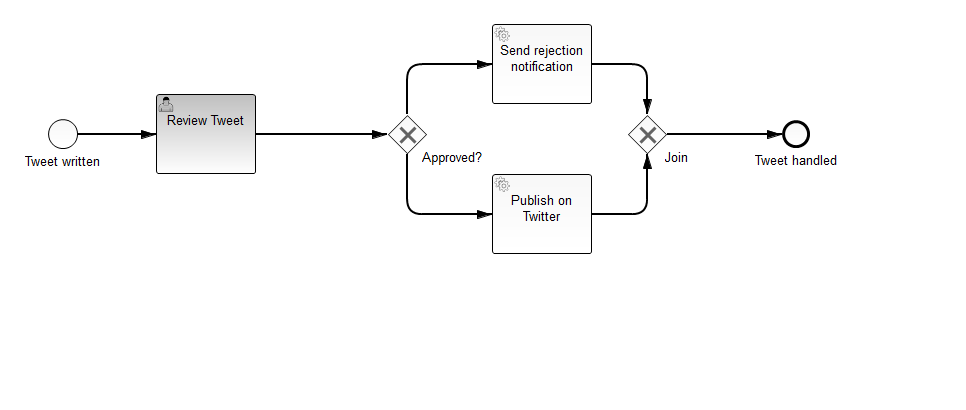
This is twitter/src/main/resources/TwitterDemoProcess.png from camunda-consulting/camunda-7-code-examples, a BPMN export, as it was before one commit. Its source is kept beside it as twitter/src/main/resources/TwitterDemoProcess.bpmn. Ids are renumbered.
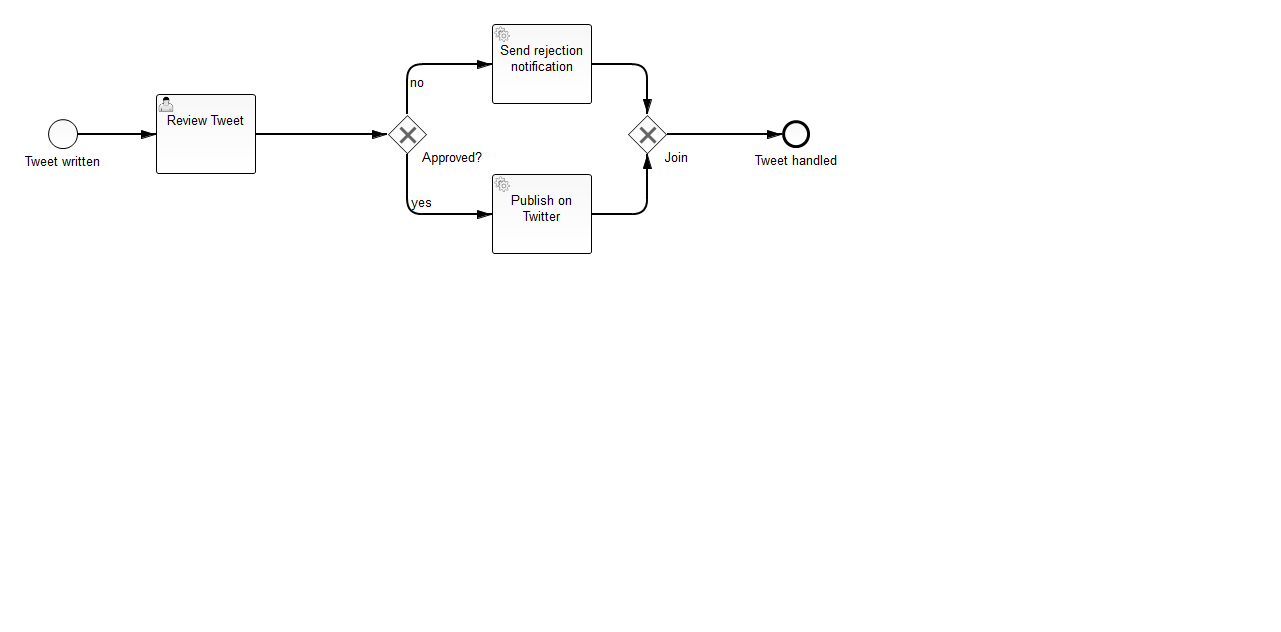
The same file after the commit.

Commit message:
added yes/no marker (as proposed via camunda share)

The edit, as a diff of the source:
```diff
@@ -10,10 +10,10 @@
       <outgoing>no</outgoing>
       <outgoing>yes</outgoing>
     </exclusiveGateway>
-    <sequenceFlow id="no" name="" sourceRef="gateway_approved" targetRef="service_task_send_rejection_notification">
+    <sequenceFlow id="no" name="no&#x9;" sourceRef="gateway_approved" targetRef="service_task_send_rejection_notification">
       <conditionExpression xsi:type="tFormalExpression" id="FormalExpression_1">#{!approved}</conditionExpression>
     </sequenceFlow>
-    <sequenceFlow id="yes" name="" sourceRef="gateway_approved" targetRef="service_task_publish_on_twitter">
+    <sequenceFlow id="yes" name="yes" sourceRef="gateway_approved" targetRef="service_task_publish_on_twitter">
       <conditionExpression xsi:type="tFormalExpression" id="FormalExpression_2">#{approved}</conditionExpression>
     </sequenceFlow>
     <exclusiveGateway id="gateway_join" name="Join">
@@ -103,7 +103,7 @@
         <omgdi:waypoint xsi:type="omgdc:Point" x="407.0" y="64.0"/>
         <omgdi:waypoint xsi:type="omgdc:Point" x="492.0" y="64.0"/>
         <bpmndi:BPMNLabel>
-          <omgdc:Bounds height="6.0" width="6.0" x="652.0" y="102.0"/>
+          <omgdc:Bounds height="22.0" width="30.0" x="407.0" y="72.0"/>
         </bpmndi:BPMNLabel>
       </bpmndi:BPMNEdge>
       <bpmndi:BPMNEdge id="BPMNEdge_yes" bpmnElement="yes" sourceElement="BPMNShape_Approved__3" targetElement="BPMNShape_Publish_on_Twitter_3">
@@ -111,7 +111,7 @@
         <omgdi:waypoint xsi:type="omgdc:Point" x="407.0" y="214.0"/>
         <omgdi:waypoint xsi:type="omgdc:Point" x="492.0" y="214.0"/>
         <bpmndi:BPMNLabel>
-          <omgdc:Bounds height="6.0" width="6.0" x="417.0" y="214.0"/>
+          <omgdc:Bounds height="22.0" width="27.0" x="409.0" y="192.0"/>
         </bpmndi:BPMNLabel>
       </bpmndi:BPMNEdge>
       <bpmndi:BPMNEdge id="BPMNEdge_SequenceFlow_9" bpmnElement="SequenceFlow_9" sourceElement="BPMNShape_new_tweet_3" targetElement="BPMNShape_Review_Tweet_3">
```
